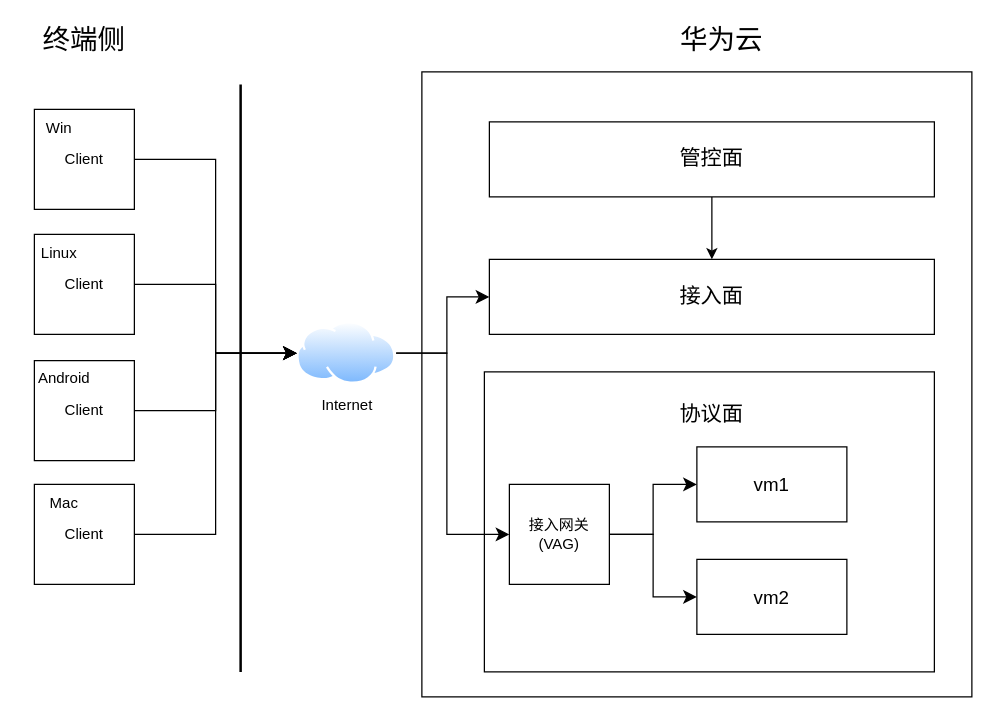
The draw.io diagram workspace技术架构图.drawio in gduthhq/graphic, before the edit. Source tidied: cells renumbered, new cells numbered last; positions are measured from the earlier drawing's top-left corner, leaving out a move shared by most shapes. Both pictures are drawn from the tidied source at 125%, with x=0, y=0 at pixel (21, 21).
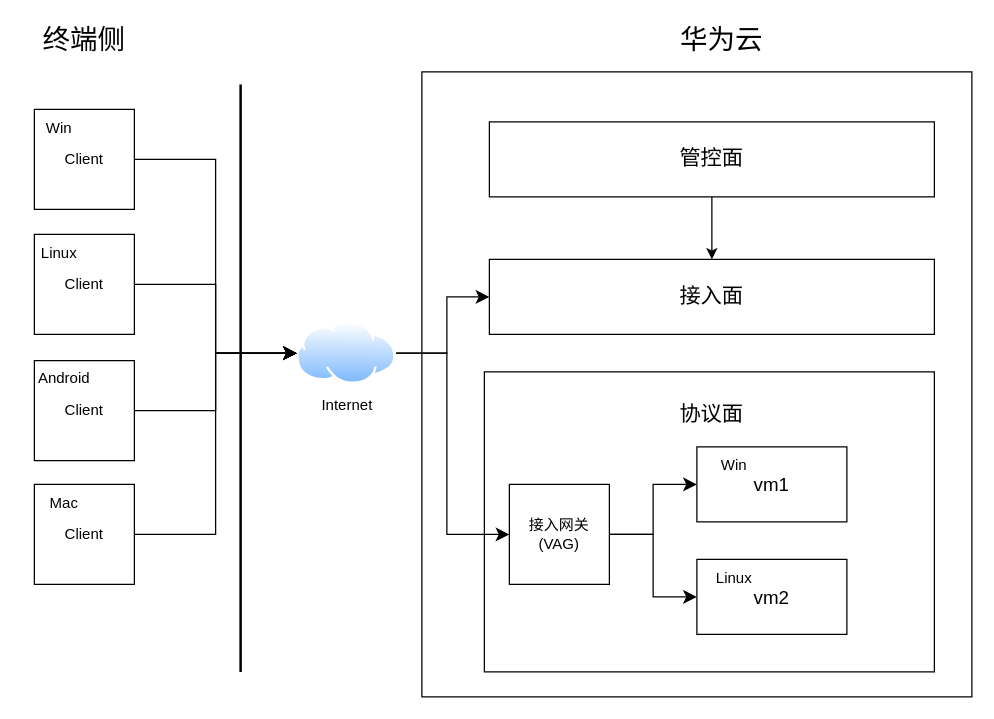
After the change.

Commit message:
更新workspace技术架构图.drawio

The edit, as a diff of the source:
```diff
@@
+    <mxCell id="31" value="Win" style="text;html=1;whiteSpace=wrap;strokeColor=none;fillColor=none;align=center;verticalAlign=middle;rounded=0;" parent="1" vertex="1">
+      <mxGeometry x="540" y="340" width="60" height="30" as="geometry" />
+    </mxCell>
+    <mxCell id="32" value="Linux" style="text;html=1;whiteSpace=wrap;strokeColor=none;fillColor=none;align=center;verticalAlign=middle;rounded=0;" parent="1" vertex="1">
+      <mxGeometry x="540" y="430" width="60" height="30" as="geometry" />
+    </mxCell>
```
